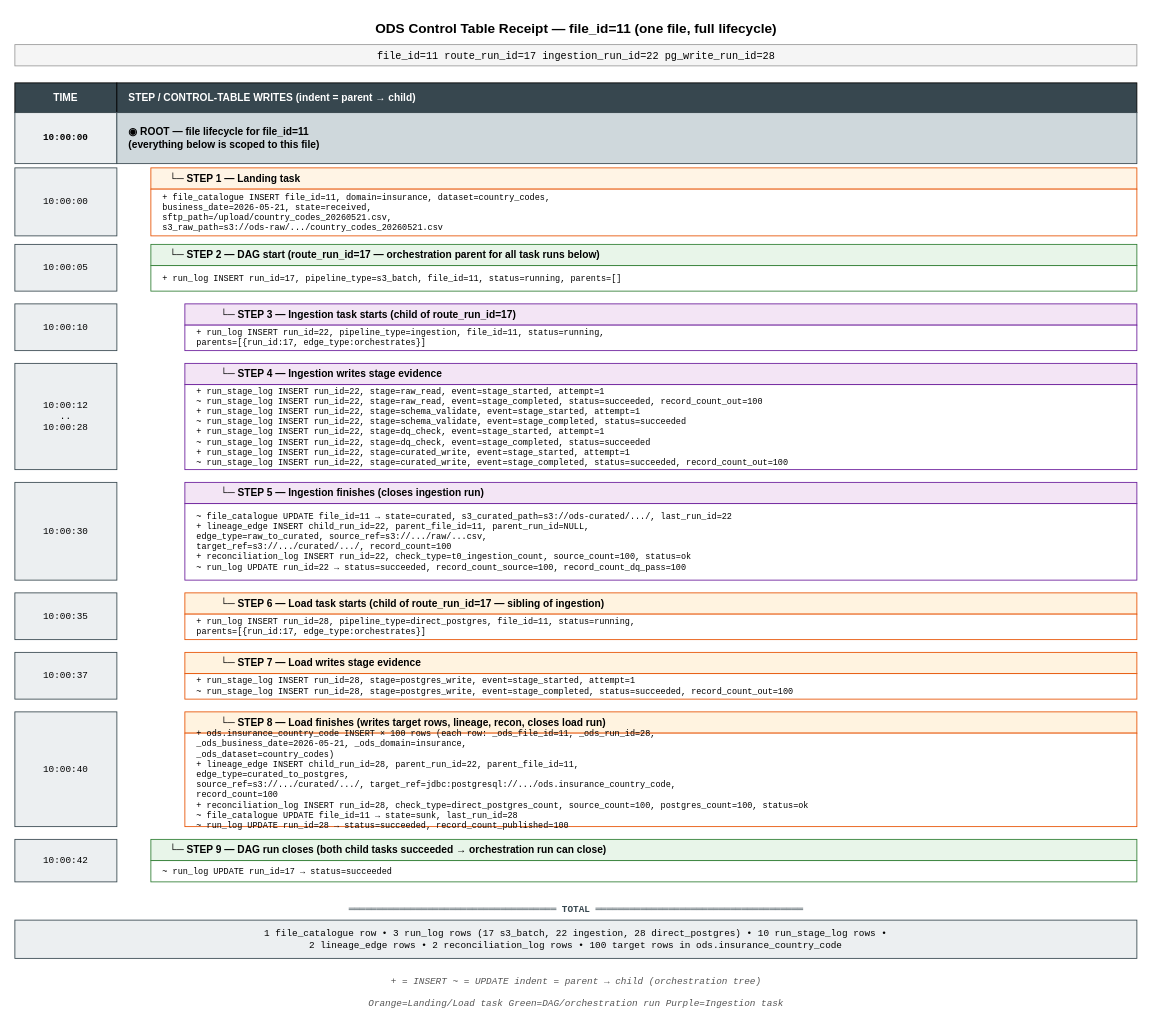
Earlier version of the draw.io diagram docs/dev-guides/control-tables-ledger.drawio (holdersav20001/ods). Source tidied: cells renumbered, new cells numbered last; positions are measured from the earlier drawing's top-left corner, leaving out a move shared by most shapes. Both pictures are drawn from the tidied source at 85%, with x=0, y=0 at pixel (14, 14).
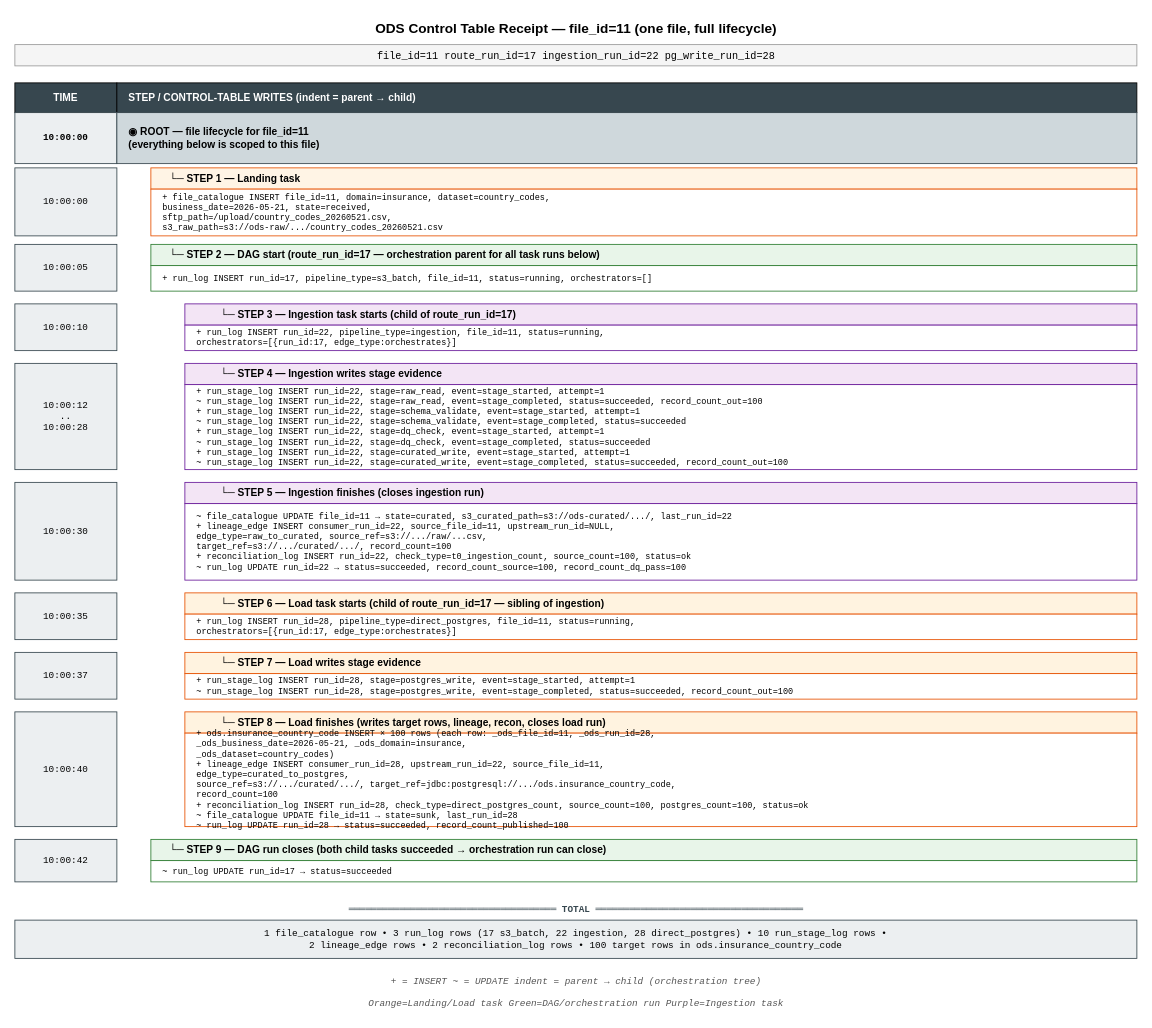
Above is the later version.

What changed in the source:
```diff
@@
-    <mxCell id="13" value="     + run_log          INSERT  run_id=17, pipeline_type=s3_batch, file_id=11, status=running, parents=[]" style="rounded=0;whiteSpace=wrap;html=1;fillColor=#FFFFFF;strokeColor=#2E7D32;fontFamily=Courier New;fontSize=10;align=left;spacingLeft=12;" parent="1" vertex="1">
+    <mxCell id="13" value="     + run_log          INSERT  run_id=17, pipeline_type=s3_batch, file_id=11, status=running, orchestrators=[]" style="rounded=0;whiteSpace=wrap;html=1;fillColor=#FFFFFF;strokeColor=#2E7D32;fontFamily=Courier New;fontSize=10;align=left;spacingLeft=12;" parent="1" vertex="1">
       <mxGeometry x="160" y="295" width="1160" height="30" as="geometry" />
     </mxCell>
@@
-    <mxCell id="16" value="         + run_log         INSERT  run_id=22, pipeline_type=ingestion, file_id=11, status=running,&#10;                                   parents=[{run_id:17, edge_type:orchestrates}]" style="rounded=0;whiteSpace=wrap;html=1;fillColor=#FFFFFF;strokeColor=#6A1B9A;fontFamily=Courier New;fontSize=10;align=left;spacingLeft=12;" parent="1" vertex="1">
+    <mxCell id="16" value="         + run_log         INSERT  run_id=22, pipeline_type=ingestion, file_id=11, status=running,&#10;                                   orchestrators=[{run_id:17, edge_type:orchestrates}]" style="rounded=0;whiteSpace=wrap;html=1;fillColor=#FFFFFF;strokeColor=#6A1B9A;fontFamily=Courier New;fontSize=10;align=left;spacingLeft=12;" parent="1" vertex="1">
       <mxGeometry x="200" y="365" width="1120" height="30" as="geometry" />
     </mxCell>
@@
-    <mxCell id="22" value="         ~ file_catalogue  UPDATE  file_id=11 → state=curated, s3_curated_path=s3://ods-curated/.../, last_run_id=22&#10;         + lineage_edge    INSERT  child_run_id=22, parent_file_id=11, parent_run_id=NULL,&#10;                                   edge_type=raw_to_curated, source_ref=s3://.../raw/...csv,&#10;                                   target_ref=s3://.../curated/.../, record_count=100&#10;         + reconciliation_log INSERT run_id=22, check_type=t0_ingestion_count, source_count=100, status=ok&#10;         ~ run_log          UPDATE run_id=22 → status=succeeded, record_count_source=100, record_count_dq_pass=100" style="rounded=0;whiteSpace=wrap;html=1;fillColor=#FFFFFF;strokeColor=#6A1B9A;fontFamily=Courier New;fontSize=10;align=left;spacingLeft=12;" parent="1" vertex="1">
+    <mxCell id="22" value="         ~ file_catalogue  UPDATE  file_id=11 → state=curated, s3_curated_path=s3://ods-curated/.../, last_run_id=22&#10;         + lineage_edge    INSERT  consumer_run_id=22, source_file_id=11, upstream_run_id=NULL,&#10;                                   edge_type=raw_to_curated, source_ref=s3://.../raw/...csv,&#10;                                   target_ref=s3://.../curated/.../, record_count=100&#10;         + reconciliation_log INSERT run_id=22, check_type=t0_ingestion_count, source_count=100, status=ok&#10;         ~ run_log          UPDATE run_id=22 → status=succeeded, record_count_source=100, record_count_dq_pass=100" style="rounded=0;whiteSpace=wrap;html=1;fillColor=#FFFFFF;strokeColor=#6A1B9A;fontFamily=Courier New;fontSize=10;align=left;spacingLeft=12;" parent="1" vertex="1">
       <mxGeometry x="200" y="575" width="1120" height="90" as="geometry" />
     </mxCell>
@@
-    <mxCell id="25" value="         + run_log         INSERT  run_id=28, pipeline_type=direct_postgres, file_id=11, status=running,&#10;                                   parents=[{run_id:17, edge_type:orchestrates}]" style="rounded=0;whiteSpace=wrap;html=1;fillColor=#FFFFFF;strokeColor=#E65100;fontFamily=Courier New;fontSize=10;align=left;spacingLeft=12;" parent="1" vertex="1">
+    <mxCell id="25" value="         + run_log         INSERT  run_id=28, pipeline_type=direct_postgres, file_id=11, status=running,&#10;                                   orchestrators=[{run_id:17, edge_type:orchestrates}]" style="rounded=0;whiteSpace=wrap;html=1;fillColor=#FFFFFF;strokeColor=#E65100;fontFamily=Courier New;fontSize=10;align=left;spacingLeft=12;" parent="1" vertex="1">
       <mxGeometry x="200" y="705" width="1120" height="30" as="geometry" />
     </mxCell>
@@
-    <mxCell id="31" value="         + ods.insurance_country_code  INSERT × 100 rows  (each row: _ods_file_id=11, _ods_run_id=28,&#10;                                                            _ods_business_date=2026-05-21, _ods_domain=insurance,&#10;                                                            _ods_dataset=country_codes)&#10;         + lineage_edge    INSERT  child_run_id=28, parent_run_id=22, parent_file_id=11,&#10;                                   edge_type=curated_to_postgres,&#10;                                   source_ref=s3://.../curated/.../, target_ref=jdbc:postgresql://.../ods.insurance_country_code,&#10;                                   record_count=100&#10;         + reconciliation_log INSERT run_id=28, check_type=direct_postgres_count, source_count=100, postgres_count=100, status=ok&#10;         ~ file_catalogue  UPDATE  file_id=11 → state=sunk, last_run_id=28&#10;         ~ run_log         UPDATE  run_id=28 → status=succeeded, record_count_published=100" style="rounded=0;whiteSpace=wrap;html=1;fillColor=#FFFFFF;strokeColor=#E65100;fontFamily=Courier New;fontSize=10;align=left;spacingLeft=12;" parent="1" vertex="1">
+    <mxCell id="31" value="         + ods.insurance_country_code  INSERT × 100 rows  (each row: _ods_file_id=11, _ods_run_id=28,&#10;                                                            _ods_business_date=2026-05-21, _ods_domain=insurance,&#10;                                                            _ods_dataset=country_codes)&#10;         + lineage_edge    INSERT  consumer_run_id=28, upstream_run_id=22, source_file_id=11,&#10;                                   edge_type=curated_to_postgres,&#10;                                   source_ref=s3://.../curated/.../, target_ref=jdbc:postgresql://.../ods.insurance_country_code,&#10;                                   record_count=100&#10;         + reconciliation_log INSERT run_id=28, check_type=direct_postgres_count, source_count=100, postgres_count=100, status=ok&#10;         ~ file_catalogue  UPDATE  file_id=11 → state=sunk, last_run_id=28&#10;         ~ run_log         UPDATE  run_id=28 → status=succeeded, record_count_published=100" style="rounded=0;whiteSpace=wrap;html=1;fillColor=#FFFFFF;strokeColor=#E65100;fontFamily=Courier New;fontSize=10;align=left;spacingLeft=12;" parent="1" vertex="1">
       <mxGeometry x="200" y="845" width="1120" height="110" as="geometry" />
     </mxCell>
```
